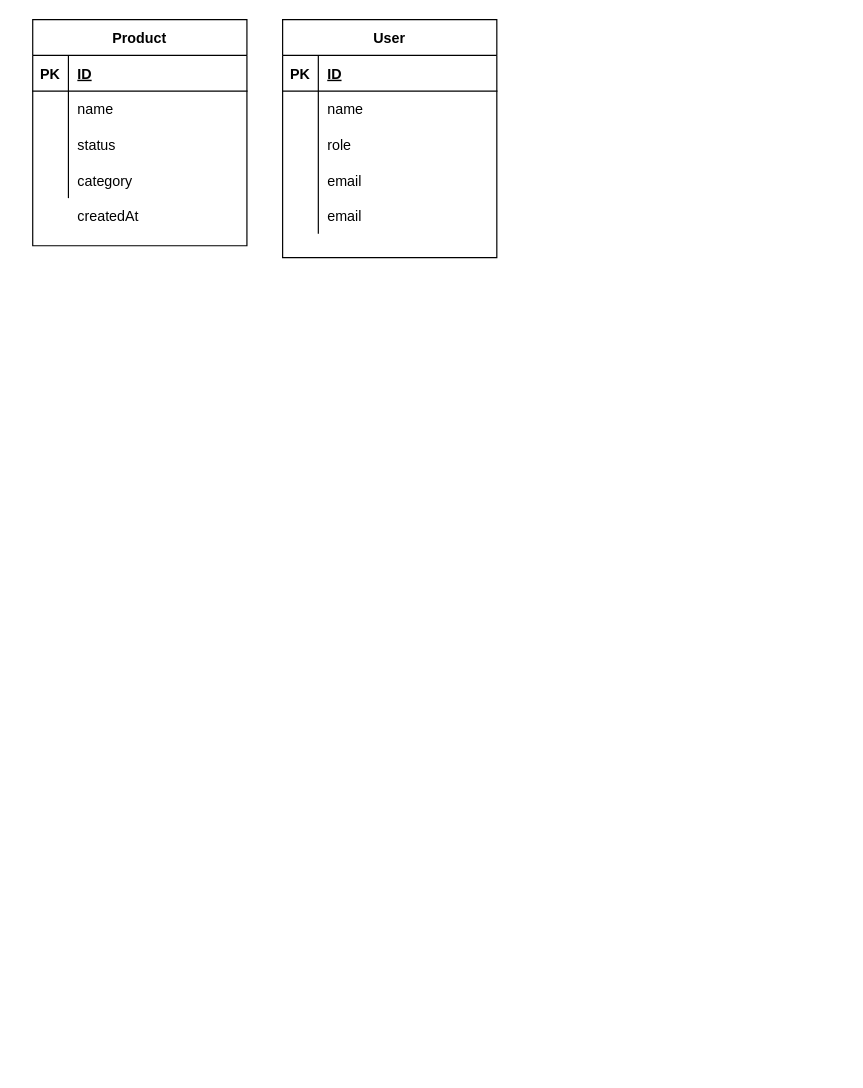
rockychacky/januari_ceria keeps this draw.io diagram as Untitled Diagram.drawio. Above is the earlier version. Source tidied: cells renumbered, new cells numbered last; positions are measured from the earlier drawing's top-left corner, leaving out a move shared by most shapes. Both pictures are drawn from the tidied source at 119%, with x=0, y=0 at pixel (32, 19).
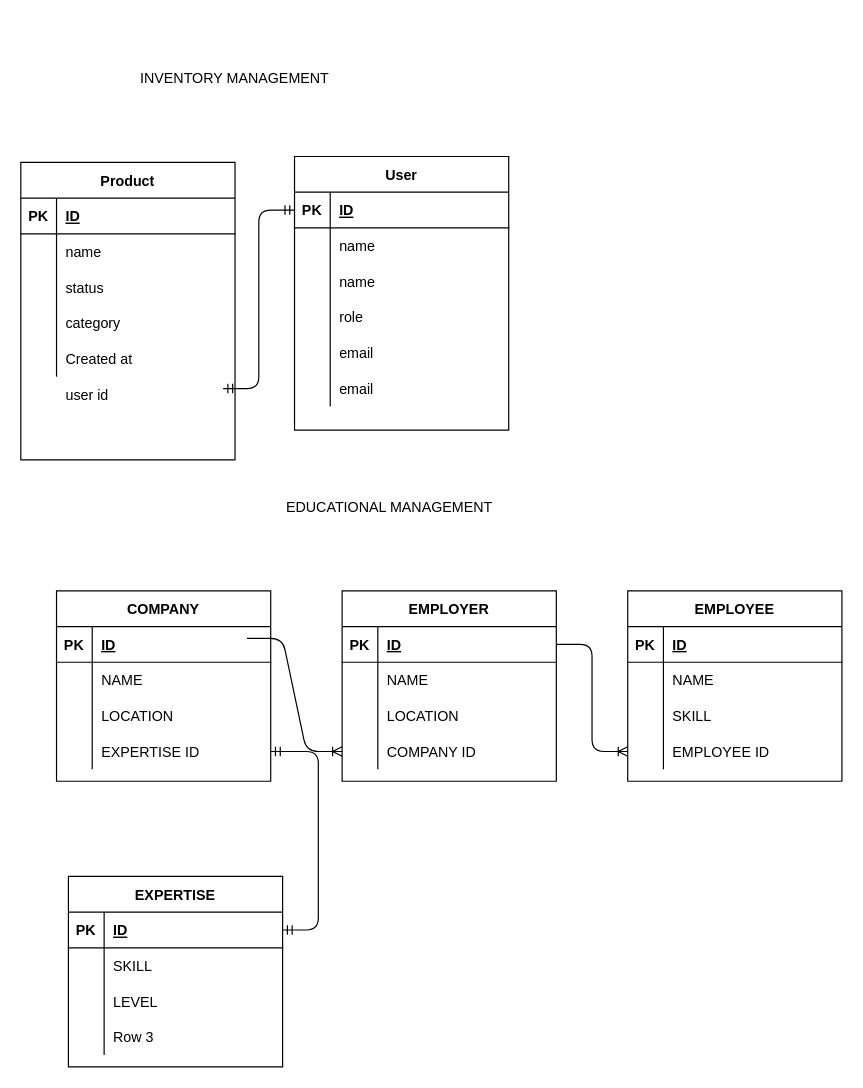
Above is the later version.

Unchanged cells that the change refers to:
```xml
<mxCell id="17" style="shape=partialRectangle;fillColor=none;top=0;left=0;bottom=1;right=0;points=[[0,0.5],[1,0.5]];portConstraint=eastwest;" parent="16" vertex="1">
  <mxGeometry y="30" width="180" height="30" as="geometry" />
</mxCell>
```

Diff of the diagram source:
```diff
@@
     <mxCell id="2" value="Product" style="shape=table;startSize=30;childLayout=tableLayout;rowLines=0;fontStyle=1;align=center;" parent="1" vertex="1">
-      <mxGeometry width="180" height="190" as="geometry" />
+      <mxGeometry x="-10" y="120" width="180" height="250" as="geometry" />
     </mxCell>
@@
+    <mxCell id="32" style="shape=partialRectangle;fillColor=none;top=0;left=0;bottom=0;right=0;" parent="2" vertex="1">
+      <mxGeometry y="150" width="180" height="30" as="geometry" />
+    </mxCell>
+    <mxCell id="33" style="shape=partialRectangle;fillColor=none;top=0;left=0;bottom=0;right=0;overflow=hidden;" parent="32" vertex="1">
+      <mxGeometry width="30" height="30" as="geometry" />
+    </mxCell>
+    <mxCell id="34" value="Created at" style="shape=partialRectangle;fillColor=none;top=0;left=0;bottom=0;right=0;align=left;spacingLeft=6;overflow=hidden;" parent="32" vertex="1">
+      <mxGeometry x="30" width="150" height="30" as="geometry" />
+    </mxCell>
-    <mxCell id="15" value="createdAt" style="shape=partialRectangle;fillColor=none;top=0;left=0;bottom=0;right=0;align=left;spacingLeft=6;overflow=hidden;" parent="1" vertex="1">
-      <mxGeometry x="30" y="150" width="150" height="30" as="geometry" />
+    <mxCell id="15" value="user id " style="shape=partialRectangle;fillColor=none;top=0;left=0;bottom=0;right=0;align=left;spacingLeft=6;overflow=hidden;" parent="1" vertex="1">
+      <mxGeometry x="20" y="300" width="150" height="30" as="geometry" />
     </mxCell>
     <mxCell id="16" value="User" style="shape=table;startSize=30;childLayout=tableLayout;rowLines=0;fontStyle=1;align=center;" parent="1" vertex="1">
-      <mxGeometry x="210" width="180" height="200" as="geometry" />
+      <mxGeometry x="220" y="115" width="180" height="230" as="geometry" />
     </mxCell>
@@
+    <mxCell id="35" style="shape=partialRectangle;fillColor=none;top=0;left=0;bottom=0;right=0;" parent="16" vertex="1">
+      <mxGeometry y="60" width="180" height="30" as="geometry" />
+    </mxCell>
+    <mxCell id="36" style="shape=partialRectangle;fillColor=none;top=0;left=0;bottom=0;right=0;overflow=hidden;" parent="35" vertex="1">
+      <mxGeometry width="30" height="30" as="geometry" />
+    </mxCell>
+    <mxCell id="37" value="name" style="shape=partialRectangle;fillColor=none;top=0;left=0;bottom=0;right=0;align=left;spacingLeft=6;overflow=hidden;" parent="35" vertex="1">
+      <mxGeometry x="30" width="150" height="30" as="geometry" />
+    </mxCell>
     <mxCell id="20" style="shape=partialRectangle;fillColor=none;top=0;left=0;bottom=0;right=0;" parent="16" vertex="1">
-      <mxGeometry y="60" width="180" height="30" as="geometry" />
+      <mxGeometry y="90" width="180" height="30" as="geometry" />
     </mxCell>
@@
     <mxCell id="23" style="shape=partialRectangle;fillColor=none;top=0;left=0;bottom=0;right=0;" parent="16" vertex="1">
-      <mxGeometry y="90" width="180" height="30" as="geometry" />
+      <mxGeometry y="120" width="180" height="30" as="geometry" />
     </mxCell>
@@
     <mxCell id="26" style="shape=partialRectangle;fillColor=none;top=0;left=0;bottom=0;right=0;" parent="16" vertex="1">
-      <mxGeometry y="120" width="180" height="30" as="geometry" />
+      <mxGeometry y="150" width="180" height="30" as="geometry" />
     </mxCell>
@@
     <mxCell id="29" style="shape=partialRectangle;fillColor=none;top=0;left=0;bottom=0;right=0;" parent="16" vertex="1">
-      <mxGeometry y="150" width="180" height="30" as="geometry" />
+      <mxGeometry y="180" width="180" height="30" as="geometry" />
     </mxCell>
@@
+    <mxCell id="38" value="INVENTORY MANAGEMENT" style="text;html=1;strokeColor=none;fillColor=none;align=center;verticalAlign=middle;whiteSpace=wrap;rounded=0;" parent="1" vertex="1">
+      <mxGeometry x="80" y="40" width="180" height="20" as="geometry" />
+    </mxCell>
+    <mxCell id="39" style="edgeStyle=entityRelationEdgeStyle;fontSize=12;html=1;endArrow=ERmandOne;startArrow=ERmandOne;" parent="1" edge="1" target="17">
+      <mxGeometry relative="1" as="geometry">
+        <mxPoint x="160" y="310" as="sourcePoint" />
+      </mxGeometry>
+    </mxCell>
+    <mxCell id="40" value="EDUCATIONAL MANAGEMENT" style="text;html=1;strokeColor=none;fillColor=none;align=center;verticalAlign=middle;whiteSpace=wrap;rounded=0;" parent="1" vertex="1">
+      <mxGeometry x="210" y="400" width="180" height="20" as="geometry" />
+    </mxCell>
+    <mxCell id="41" value="COMPANY" style="shape=table;startSize=30;childLayout=tableLayout;rowLines=0;fontStyle=1;align=center;" parent="1" vertex="1">
+      <mxGeometry x="20" y="480" width="180" height="160" as="geometry" />
+    </mxCell>
+    <mxCell id="42" style="shape=partialRectangle;fillColor=none;top=0;left=0;bottom=1;right=0;" parent="41" vertex="1">
+      <mxGeometry y="30" width="180" height="30" as="geometry" />
+    </mxCell>
+    <mxCell id="43" value="PK" style="shape=partialRectangle;fillColor=none;top=0;left=0;bottom=0;right=0;fontStyle=1;overflow=hidden;" parent="42" vertex="1">
+      <mxGeometry width="30" height="30" as="geometry" />
+    </mxCell>
+    <mxCell id="44" value="ID" style="shape=partialRectangle;fillColor=none;top=0;left=0;bottom=0;right=0;align=left;spacingLeft=6;fontStyle=5;overflow=hidden;" parent="42" vertex="1">
+      <mxGeometry x="30" width="150" height="30" as="geometry" />
+    </mxCell>
+    <mxCell id="45" style="shape=partialRectangle;fillColor=none;top=0;left=0;bottom=0;right=0;" parent="41" vertex="1">
+      <mxGeometry y="60" width="180" height="30" as="geometry" />
+    </mxCell>
+    <mxCell id="46" style="shape=partialRectangle;fillColor=none;top=0;left=0;bottom=0;right=0;overflow=hidden;" parent="45" vertex="1">
+      <mxGeometry width="30" height="30" as="geometry" />
+    </mxCell>
+    <mxCell id="47" value="NAME" style="shape=partialRectangle;fillColor=none;top=0;left=0;bottom=0;right=0;align=left;spacingLeft=6;overflow=hidden;" parent="45" vertex="1">
+      <mxGeometry x="30" width="150" height="30" as="geometry" />
+    </mxCell>
+    <mxCell id="48" style="shape=partialRectangle;fillColor=none;top=0;left=0;bottom=0;right=0;" parent="41" vertex="1">
+      <mxGeometry y="90" width="180" height="30" as="geometry" />
+    </mxCell>
+    <mxCell id="49" style="shape=partialRectangle;fillColor=none;top=0;left=0;bottom=0;right=0;overflow=hidden;" parent="48" vertex="1">
+      <mxGeometry width="30" height="30" as="geometry" />
+    </mxCell>
+    <mxCell id="50" value="LOCATION" style="shape=partialRectangle;fillColor=none;top=0;left=0;bottom=0;right=0;align=left;spacingLeft=6;overflow=hidden;" parent="48" vertex="1">
+      <mxGeometry x="30" width="150" height="30" as="geometry" />
+    </mxCell>
+    <mxCell id="51" style="shape=partialRectangle;fillColor=none;top=0;left=0;bottom=0;right=0;points=[[0,0.5],[1,0.5]];portConstraint=eastwest;" parent="41" vertex="1">
+      <mxGeometry y="120" width="180" height="30" as="geometry" />
+    </mxCell>
+    <mxCell id="52" style="shape=partialRectangle;fillColor=none;top=0;left=0;bottom=0;right=0;overflow=hidden;" parent="51" vertex="1">
+      <mxGeometry width="30" height="30" as="geometry" />
+    </mxCell>
+    <mxCell id="53" value="EXPERTISE ID" style="shape=partialRectangle;fillColor=none;top=0;left=0;bottom=0;right=0;align=left;spacingLeft=6;overflow=hidden;" parent="51" vertex="1">
+      <mxGeometry x="30" width="150" height="30" as="geometry" />
+    </mxCell>
+    <mxCell id="54" value="EMPLOYER" style="shape=table;startSize=30;childLayout=tableLayout;rowLines=0;fontStyle=1;align=center;" parent="1" vertex="1">
+      <mxGeometry x="260" y="480" width="180" height="160" as="geometry" />
+    </mxCell>
+    <mxCell id="55" style="shape=partialRectangle;fillColor=none;top=0;left=0;bottom=1;right=0;points=[[0,0.5],[1,0.5]];portConstraint=eastwest;" parent="54" vertex="1">
+      <mxGeometry y="30" width="180" height="30" as="geometry" />
+    </mxCell>
+    <mxCell id="56" value="PK" style="shape=partialRectangle;fillColor=none;top=0;left=0;bottom=0;right=0;fontStyle=1;overflow=hidden;" parent="55" vertex="1">
+      <mxGeometry width="30" height="30" as="geometry" />
+    </mxCell>
+    <mxCell id="57" value="ID" style="shape=partialRectangle;fillColor=none;top=0;left=0;bottom=0;right=0;align=left;spacingLeft=6;fontStyle=5;overflow=hidden;" parent="55" vertex="1">
+      <mxGeometry x="30" width="150" height="30" as="geometry" />
+    </mxCell>
+    <mxCell id="58" style="shape=partialRectangle;fillColor=none;top=0;left=0;bottom=0;right=0;" parent="54" vertex="1">
+      <mxGeometry y="60" width="180" height="30" as="geometry" />
+    </mxCell>
+    <mxCell id="59" style="shape=partialRectangle;fillColor=none;top=0;left=0;bottom=0;right=0;overflow=hidden;" parent="58" vertex="1">
+      <mxGeometry width="30" height="30" as="geometry" />
+    </mxCell>
+    <mxCell id="60" value="NAME" style="shape=partialRectangle;fillColor=none;top=0;left=0;bottom=0;right=0;align=left;spacingLeft=6;overflow=hidden;" parent="58" vertex="1">
+      <mxGeometry x="30" width="150" height="30" as="geometry" />
+    </mxCell>
+    <mxCell id="61" style="shape=partialRectangle;fillColor=none;top=0;left=0;bottom=0;right=0;" parent="54" vertex="1">
+      <mxGeometry y="90" width="180" height="30" as="geometry" />
+    </mxCell>
+    <mxCell id="62" style="shape=partialRectangle;fillColor=none;top=0;left=0;bottom=0;right=0;overflow=hidden;" parent="61" vertex="1">
+      <mxGeometry width="30" height="30" as="geometry" />
+    </mxCell>
+    <mxCell id="63" value="LOCATION" style="shape=partialRectangle;fillColor=none;top=0;left=0;bottom=0;right=0;align=left;spacingLeft=6;overflow=hidden;" parent="61" vertex="1">
+      <mxGeometry x="30" width="150" height="30" as="geometry" />
+    </mxCell>
+    <mxCell id="64" style="shape=partialRectangle;fillColor=none;top=0;left=0;bottom=0;right=0;points=[[0,0.5],[1,0.5]];portConstraint=eastwest;" parent="54" vertex="1">
+      <mxGeometry y="120" width="180" height="30" as="geometry" />
+    </mxCell>
+    <mxCell id="65" style="shape=partialRectangle;fillColor=none;top=0;left=0;bottom=0;right=0;overflow=hidden;" parent="64" vertex="1">
+      <mxGeometry width="30" height="30" as="geometry" />
+    </mxCell>
+    <mxCell id="66" value="COMPANY ID" style="shape=partialRectangle;fillColor=none;top=0;left=0;bottom=0;right=0;align=left;spacingLeft=6;overflow=hidden;" parent="64" vertex="1">
+      <mxGeometry x="30" width="150" height="30" as="geometry" />
+    </mxCell>
+    <mxCell id="67" value="EMPLOYEE" style="shape=table;startSize=30;childLayout=tableLayout;rowLines=0;fontStyle=1;align=center;" parent="1" vertex="1">
+      <mxGeometry x="500" y="480" width="180" height="160" as="geometry" />
+    </mxCell>
+    <mxCell id="68" style="shape=partialRectangle;fillColor=none;top=0;left=0;bottom=1;right=0;" parent="67" vertex="1">
+      <mxGeometry y="30" width="180" height="30" as="geometry" />
+    </mxCell>
+    <mxCell id="69" value="PK" style="shape=partialRectangle;fillColor=none;top=0;left=0;bottom=0;right=0;fontStyle=1;overflow=hidden;" parent="68" vertex="1">
+      <mxGeometry width="30" height="30" as="geometry" />
+    </mxCell>
+    <mxCell id="70" value="ID" style="shape=partialRectangle;fillColor=none;top=0;left=0;bottom=0;right=0;align=left;spacingLeft=6;fontStyle=5;overflow=hidden;" parent="68" vertex="1">
+      <mxGeometry x="30" width="150" height="30" as="geometry" />
+    </mxCell>
+    <mxCell id="71" style="shape=partialRectangle;fillColor=none;top=0;left=0;bottom=0;right=0;" parent="67" vertex="1">
+      <mxGeometry y="60" width="180" height="30" as="geometry" />
+    </mxCell>
+    <mxCell id="72" style="shape=partialRectangle;fillColor=none;top=0;left=0;bottom=0;right=0;overflow=hidden;" parent="71" vertex="1">
+      <mxGeometry width="30" height="30" as="geometry" />
+    </mxCell>
+    <mxCell id="73" value="NAME" style="shape=partialRectangle;fillColor=none;top=0;left=0;bottom=0;right=0;align=left;spacingLeft=6;overflow=hidden;" parent="71" vertex="1">
+      <mxGeometry x="30" width="150" height="30" as="geometry" />
+    </mxCell>
+    <mxCell id="74" style="shape=partialRectangle;fillColor=none;top=0;left=0;bottom=0;right=0;" parent="67" vertex="1">
+      <mxGeometry y="90" width="180" height="30" as="geometry" />
+    </mxCell>
+    <mxCell id="75" style="shape=partialRectangle;fillColor=none;top=0;left=0;bottom=0;right=0;overflow=hidden;" parent="74" vertex="1">
+      <mxGeometry width="30" height="30" as="geometry" />
+    </mxCell>
+    <mxCell id="76" value="SKILL" style="shape=partialRectangle;fillColor=none;top=0;left=0;bottom=0;right=0;align=left;spacingLeft=6;overflow=hidden;" parent="74" vertex="1">
+      <mxGeometry x="30" width="150" height="30" as="geometry" />
+    </mxCell>
+    <mxCell id="77" style="shape=partialRectangle;fillColor=none;top=0;left=0;bottom=0;right=0;points=[[0,0.5],[1,0.5]];portConstraint=eastwest;" parent="67" vertex="1">
+      <mxGeometry y="120" width="180" height="30" as="geometry" />
+    </mxCell>
+    <mxCell id="78" style="shape=partialRectangle;fillColor=none;top=0;left=0;bottom=0;right=0;overflow=hidden;" parent="77" vertex="1">
+      <mxGeometry width="30" height="30" as="geometry" />
+    </mxCell>
+    <mxCell id="79" value="EMPLOYEE ID" style="shape=partialRectangle;fillColor=none;top=0;left=0;bottom=0;right=0;align=left;spacingLeft=6;overflow=hidden;" parent="77" vertex="1">
+      <mxGeometry x="30" width="150" height="30" as="geometry" />
+    </mxCell>
+    <mxCell id="80" value="EXPERTISE" style="shape=table;startSize=30;childLayout=tableLayout;rowLines=0;fontStyle=1;align=center;" parent="1" vertex="1">
+      <mxGeometry x="30" y="720" width="180" height="160" as="geometry" />
+    </mxCell>
+    <mxCell id="81" style="shape=partialRectangle;fillColor=none;top=0;left=0;bottom=1;right=0;points=[[0,0.5],[1,0.5]];portConstraint=eastwest;" parent="80" vertex="1">
+      <mxGeometry y="30" width="180" height="30" as="geometry" />
+    </mxCell>
+    <mxCell id="82" value="PK" style="shape=partialRectangle;fillColor=none;top=0;left=0;bottom=0;right=0;fontStyle=1;overflow=hidden;" parent="81" vertex="1">
+      <mxGeometry width="30" height="30" as="geometry" />
+    </mxCell>
+    <mxCell id="83" value="ID" style="shape=partialRectangle;fillColor=none;top=0;left=0;bottom=0;right=0;align=left;spacingLeft=6;fontStyle=5;overflow=hidden;" parent="81" vertex="1">
+      <mxGeometry x="30" width="150" height="30" as="geometry" />
+    </mxCell>
+    <mxCell id="84" style="shape=partialRectangle;fillColor=none;top=0;left=0;bottom=0;right=0;" parent="80" vertex="1">
+      <mxGeometry y="60" width="180" height="30" as="geometry" />
+    </mxCell>
+    <mxCell id="85" style="shape=partialRectangle;fillColor=none;top=0;left=0;bottom=0;right=0;overflow=hidden;" parent="84" vertex="1">
+      <mxGeometry width="30" height="30" as="geometry" />
+    </mxCell>
+    <mxCell id="86" value="SKILL" style="shape=partialRectangle;fillColor=none;top=0;left=0;bottom=0;right=0;align=left;spacingLeft=6;overflow=hidden;" parent="84" vertex="1">
+      <mxGeometry x="30" width="150" height="30" as="geometry" />
+    </mxCell>
+    <mxCell id="87" style="shape=partialRectangle;fillColor=none;top=0;left=0;bottom=0;right=0;" parent="80" vertex="1">
+      <mxGeometry y="90" width="180" height="30" as="geometry" />
+    </mxCell>
+    <mxCell id="88" style="shape=partialRectangle;fillColor=none;top=0;left=0;bottom=0;right=0;overflow=hidden;" parent="87" vertex="1">
+      <mxGeometry width="30" height="30" as="geometry" />
+    </mxCell>
+    <mxCell id="89" value="LEVEL" style="shape=partialRectangle;fillColor=none;top=0;left=0;bottom=0;right=0;align=left;spacingLeft=6;overflow=hidden;" parent="87" vertex="1">
+      <mxGeometry x="30" width="150" height="30" as="geometry" />
+    </mxCell>
+    <mxCell id="90" style="shape=partialRectangle;fillColor=none;top=0;left=0;bottom=0;right=0;" parent="80" vertex="1">
+      <mxGeometry y="120" width="180" height="30" as="geometry" />
+    </mxCell>
+    <mxCell id="91" style="shape=partialRectangle;fillColor=none;top=0;left=0;bottom=0;right=0;overflow=hidden;" parent="90" vertex="1">
+      <mxGeometry width="30" height="30" as="geometry" />
+    </mxCell>
+    <mxCell id="92" value="Row 3" style="shape=partialRectangle;fillColor=none;top=0;left=0;bottom=0;right=0;align=left;spacingLeft=6;overflow=hidden;" parent="90" vertex="1">
+      <mxGeometry x="30" width="150" height="30" as="geometry" />
+    </mxCell>
+    <mxCell id="93" style="edgeStyle=entityRelationEdgeStyle;fontSize=12;html=1;endArrow=ERmandOne;startArrow=ERmandOne;exitX=1;exitY=0.5;exitDx=0;exitDy=0;" parent="1" edge="1" source="51" target="81">
+      <mxGeometry relative="1" as="geometry" />
+    </mxCell>
+    <mxCell id="94" style="edgeStyle=entityRelationEdgeStyle;fontSize=12;html=1;endArrow=ERoneToMany;" parent="1" edge="1" target="64">
+      <mxGeometry relative="1" as="geometry">
+        <mxPoint x="180" y="520" as="sourcePoint" />
+      </mxGeometry>
+    </mxCell>
+    <mxCell id="95" style="edgeStyle=entityRelationEdgeStyle;fontSize=12;html=1;endArrow=ERoneToMany;entryX=0;entryY=0.5;entryDx=0;entryDy=0;" parent="1" edge="1" source="55" target="77">
+      <mxGeometry relative="1" as="geometry" />
+    </mxCell>
```
